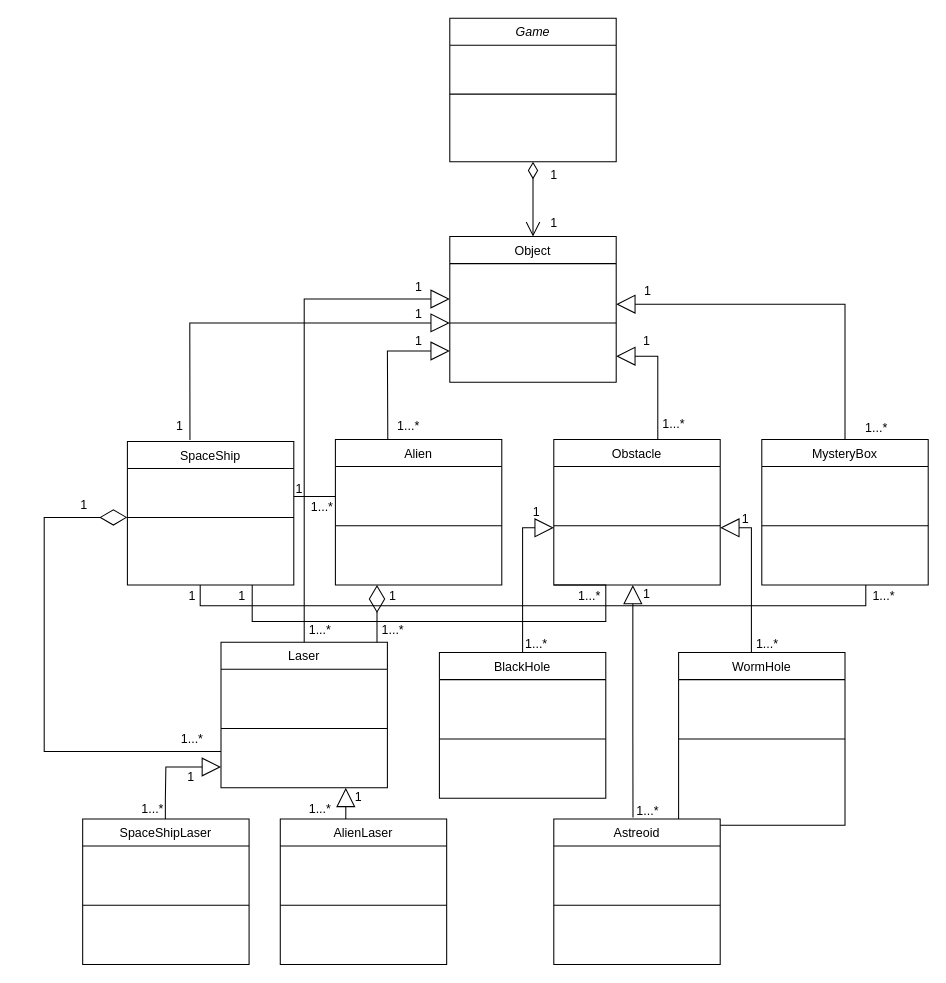
Above: Group7_ClassDiagram .drawio in hemrebacak/IE201-Intermediate-Programming (draw.io), before the change. Source tidied: cells renumbered, new cells numbered last; positions are measured from the earlier drawing's top-left corner, leaving out a move shared by most shapes. Both pictures are drawn from the tidied source at 104%, with x=0, y=0 at pixel (42, 18).
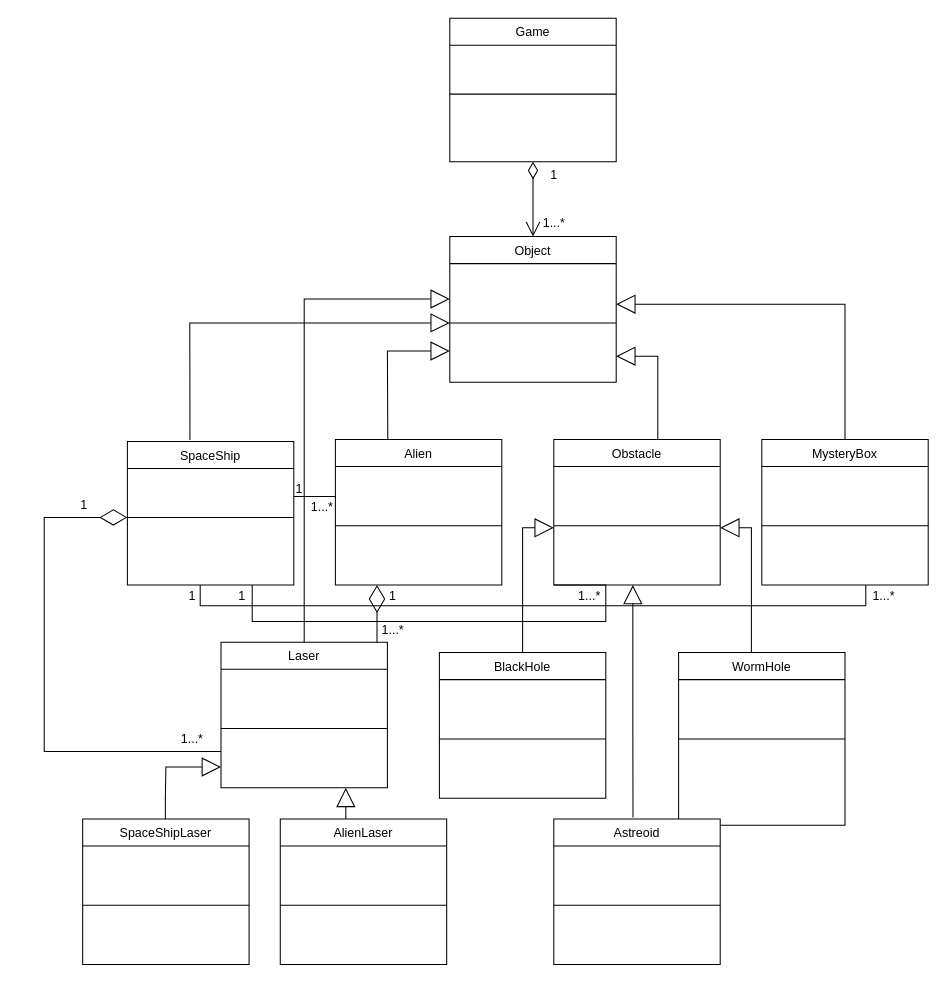
The same page after the edit.

The edit, as a diff of the source:
```diff
@@
-    <mxCell id="3" value="Game" style="swimlane;fontStyle=2;align=center;verticalAlign=top;horizontal=1;startSize=26;rounded=0;shadow=0;strokeWidth=1;" parent="1" vertex="1">
+    <mxCell id="3" value="Game" style="swimlane;fontStyle=0;align=center;verticalAlign=top;horizontal=1;startSize=26;rounded=0;shadow=0;strokeWidth=1;" parent="1" vertex="1">
       <mxGeometry x="392" width="160" height="138" as="geometry" />
     </mxCell>
@@
-    <mxCell id="36" value="&lt;span style=&quot;font-weight: normal;&quot;&gt;&lt;font style=&quot;font-size: 12px;&quot;&gt;1&lt;/font&gt;&lt;/span&gt;" style="text;align=center;fontStyle=1;verticalAlign=middle;spacingLeft=3;spacingRight=3;strokeColor=none;html=1;" parent="1" vertex="1">
+    <mxCell id="36" value="&lt;span style=&quot;font-weight: normal;&quot;&gt;&lt;font style=&quot;font-size: 12px;&quot;&gt;1...*&lt;br&gt;&lt;/font&gt;&lt;/span&gt;" style="text;align=center;fontStyle=1;verticalAlign=middle;spacingLeft=3;spacingRight=3;strokeColor=none;html=1;" parent="1" vertex="1">
       <mxGeometry x="452" y="184" width="80" height="26" as="geometry" />
     </mxCell>
@@
-    <mxCell id="38" value="&lt;span style=&quot;font-weight: normal;&quot;&gt;&lt;font style=&quot;font-size: 12px;&quot;&gt;1&lt;/font&gt;&lt;/span&gt;" style="text;align=center;fontStyle=1;verticalAlign=middle;spacingLeft=3;spacingRight=3;strokeColor=none;html=1;" parent="1" vertex="1">
-      <mxGeometry x="322" y="272" width="80" height="26" as="geometry" />
-    </mxCell>
-    <mxCell id="39" value="&lt;span style=&quot;font-weight: normal;&quot;&gt;&lt;font style=&quot;font-size: 12px;&quot;&gt;1&lt;/font&gt;&lt;/span&gt;" style="text;align=center;fontStyle=1;verticalAlign=middle;spacingLeft=3;spacingRight=3;strokeColor=none;html=1;" parent="1" vertex="1">
-      <mxGeometry x="92" y="379" width="80" height="26" as="geometry" />
-    </mxCell>
-    <mxCell id="40" value="&lt;span style=&quot;font-weight: 400;&quot;&gt;1...*&lt;br&gt;&lt;/span&gt;" style="text;align=center;fontStyle=1;verticalAlign=middle;spacingLeft=3;spacingRight=3;strokeColor=none;html=1;" parent="1" vertex="1">
-      <mxGeometry x="312" y="379" width="80" height="26" as="geometry" />
-    </mxCell>
-    <mxCell id="41" value="&lt;span style=&quot;font-weight: normal;&quot;&gt;&lt;font style=&quot;font-size: 12px;&quot;&gt;1&lt;/font&gt;&lt;/span&gt;" style="text;align=center;fontStyle=1;verticalAlign=middle;spacingLeft=3;spacingRight=3;strokeColor=none;html=1;" parent="1" vertex="1">
-      <mxGeometry x="322" y="298" width="80" height="26" as="geometry" />
-    </mxCell>
-    <mxCell id="42" value="&lt;span style=&quot;font-weight: 400;&quot;&gt;1...*&lt;br&gt;&lt;/span&gt;" style="text;align=center;fontStyle=1;verticalAlign=middle;spacingLeft=3;spacingRight=3;strokeColor=none;html=1;" parent="1" vertex="1">
-      <mxGeometry x="762" y="381" width="80" height="26" as="geometry" />
-    </mxCell>
-    <mxCell id="43" value="&lt;span style=&quot;font-weight: normal;&quot;&gt;&lt;font style=&quot;font-size: 12px;&quot;&gt;1&lt;/font&gt;&lt;/span&gt;" style="text;align=center;fontStyle=1;verticalAlign=middle;spacingLeft=3;spacingRight=3;strokeColor=none;html=1;" parent="1" vertex="1">
-      <mxGeometry x="542" y="250" width="80" height="26" as="geometry" />
-    </mxCell>
@@
-    <mxCell id="50" value="&lt;span style=&quot;font-weight: 400;&quot;&gt;1...*&lt;br&gt;&lt;/span&gt;" style="text;align=center;fontStyle=1;verticalAlign=middle;spacingLeft=3;spacingRight=3;strokeColor=none;html=1;" parent="1" vertex="1">
-      <mxGeometry x="227" y="576" width="80" height="26" as="geometry" />
-    </mxCell>
-    <mxCell id="51" value="&lt;span style=&quot;font-weight: normal;&quot;&gt;&lt;font style=&quot;font-size: 12px;&quot;&gt;1&lt;/font&gt;&lt;/span&gt;" style="text;align=center;fontStyle=1;verticalAlign=middle;spacingLeft=3;spacingRight=3;strokeColor=none;html=1;" parent="1" vertex="1">
-      <mxGeometry x="322" y="246" width="80" height="26" as="geometry" />
-    </mxCell>
@@
-    <mxCell id="56" value="&lt;span style=&quot;font-weight: 400;&quot;&gt;1...*&lt;br&gt;&lt;/span&gt;" style="text;align=center;fontStyle=1;verticalAlign=middle;spacingLeft=3;spacingRight=3;strokeColor=none;html=1;" parent="1" vertex="1">
-      <mxGeometry x="435" y="589" width="80" height="26" as="geometry" />
-    </mxCell>
-    <mxCell id="57" value="&lt;span style=&quot;font-weight: normal;&quot;&gt;&lt;font style=&quot;font-size: 12px;&quot;&gt;1&lt;/font&gt;&lt;/span&gt;" style="text;align=center;fontStyle=1;verticalAlign=middle;spacingLeft=3;spacingRight=3;strokeColor=none;html=1;" parent="1" vertex="1">
-      <mxGeometry x="435" y="462" width="80" height="26" as="geometry" />
-    </mxCell>
-    <mxCell id="58" value="&lt;span style=&quot;font-weight: 400;&quot;&gt;1...*&lt;br&gt;&lt;/span&gt;" style="text;align=center;fontStyle=1;verticalAlign=middle;spacingLeft=3;spacingRight=3;strokeColor=none;html=1;" parent="1" vertex="1">
-      <mxGeometry x="657" y="589" width="80" height="26" as="geometry" />
-    </mxCell>
-    <mxCell id="59" value="&lt;span style=&quot;font-weight: normal;&quot;&gt;&lt;font style=&quot;font-size: 12px;&quot;&gt;1&lt;/font&gt;&lt;/span&gt;" style="text;align=center;fontStyle=1;verticalAlign=middle;spacingLeft=3;spacingRight=3;strokeColor=none;html=1;" parent="1" vertex="1">
-      <mxGeometry x="636" y="469" width="80" height="26" as="geometry" />
-    </mxCell>
-    <mxCell id="60" value="&lt;span style=&quot;font-weight: 400;&quot;&gt;1...*&lt;br&gt;&lt;/span&gt;" style="text;align=center;fontStyle=1;verticalAlign=middle;spacingLeft=3;spacingRight=3;strokeColor=none;html=1;" parent="1" vertex="1">
-      <mxGeometry x="502" y="750" width="160" height="26" as="geometry" />
-    </mxCell>
-    <mxCell id="61" value="&lt;span style=&quot;font-weight: normal;&quot;&gt;&lt;font style=&quot;font-size: 12px;&quot;&gt;1&lt;/font&gt;&lt;/span&gt;" style="text;align=center;fontStyle=1;verticalAlign=middle;spacingLeft=3;spacingRight=3;strokeColor=none;html=1;" parent="1" vertex="1">
-      <mxGeometry x="541" y="541" width="80" height="26" as="geometry" />
-    </mxCell>
-    <mxCell id="62" value="&lt;span style=&quot;font-weight: normal;&quot;&gt;&lt;font style=&quot;font-size: 12px;&quot;&gt;1&lt;/font&gt;&lt;/span&gt;" style="text;align=center;fontStyle=1;verticalAlign=middle;spacingLeft=3;spacingRight=3;strokeColor=none;html=1;" parent="1" vertex="1">
-      <mxGeometry x="541" y="298" width="80" height="26" as="geometry" />
-    </mxCell>
-    <mxCell id="63" value="&lt;span style=&quot;font-weight: 400;&quot;&gt;1...*&lt;br&gt;&lt;/span&gt;" style="text;align=center;fontStyle=1;verticalAlign=middle;spacingLeft=3;spacingRight=3;strokeColor=none;html=1;" parent="1" vertex="1">
-      <mxGeometry x="567" y="378" width="80" height="26" as="geometry" />
-    </mxCell>
@@
-    <mxCell id="70" value="&lt;span style=&quot;font-weight: 400;&quot;&gt;1...*&lt;br&gt;&lt;/span&gt;" style="text;align=center;fontStyle=1;verticalAlign=middle;spacingLeft=3;spacingRight=3;strokeColor=none;html=1;" parent="1" vertex="1">
-      <mxGeometry x="66" y="748" width="80" height="26" as="geometry" />
-    </mxCell>
-    <mxCell id="71" value="&lt;span style=&quot;font-weight: 400;&quot;&gt;1&lt;br&gt;&lt;/span&gt;" style="text;align=center;fontStyle=1;verticalAlign=middle;spacingLeft=3;spacingRight=3;strokeColor=none;html=1;" parent="1" vertex="1">
-      <mxGeometry x="103" y="717" width="80" height="26" as="geometry" />
-    </mxCell>
-    <mxCell id="72" value="&lt;span style=&quot;font-weight: 400;&quot;&gt;1...*&lt;br&gt;&lt;/span&gt;" style="text;align=center;fontStyle=1;verticalAlign=middle;spacingLeft=3;spacingRight=3;strokeColor=none;html=1;" parent="1" vertex="1">
-      <mxGeometry x="227" y="748" width="80" height="26" as="geometry" />
-    </mxCell>
-    <mxCell id="73" value="&lt;span style=&quot;font-weight: 400;&quot;&gt;1&lt;br&gt;&lt;/span&gt;" style="text;align=center;fontStyle=1;verticalAlign=middle;spacingLeft=3;spacingRight=3;strokeColor=none;html=1;" parent="1" vertex="1">
-      <mxGeometry x="264" y="736" width="80" height="26" as="geometry" />
-    </mxCell>
```
